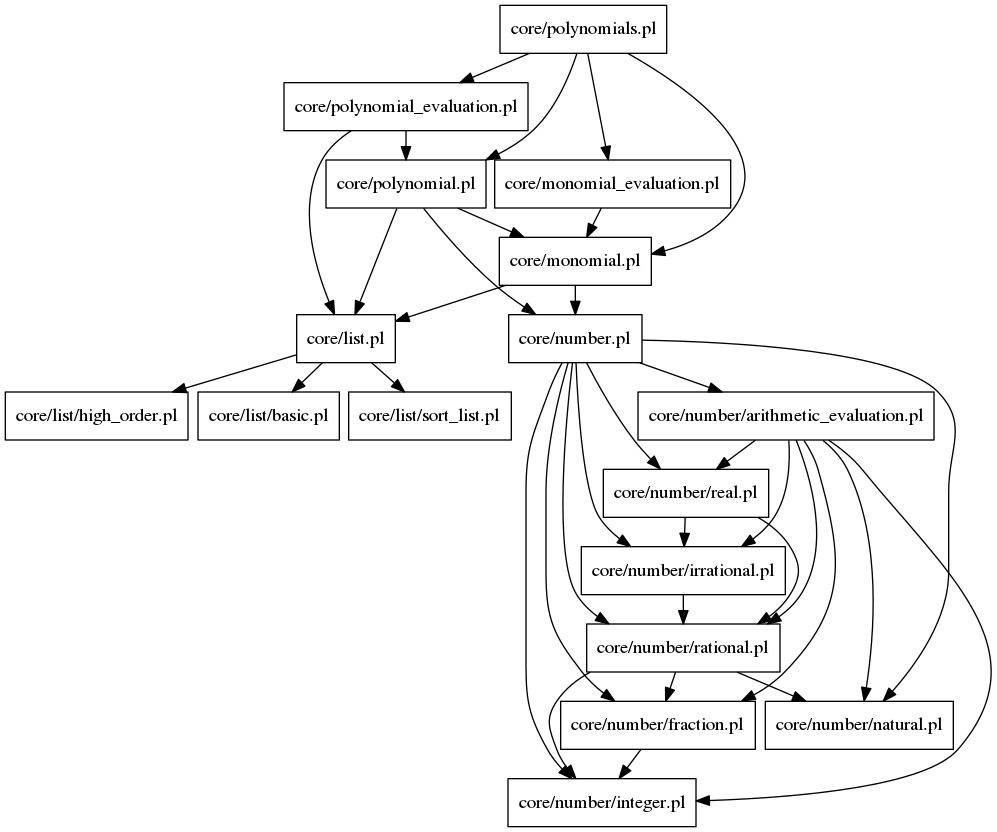
Before: docs/core/polynomials.png, a diagram exported from Graphviz (lluisalemanypuig/sycalc). Its source is kept beside it as docs/.cache/core/polynomials.dot.
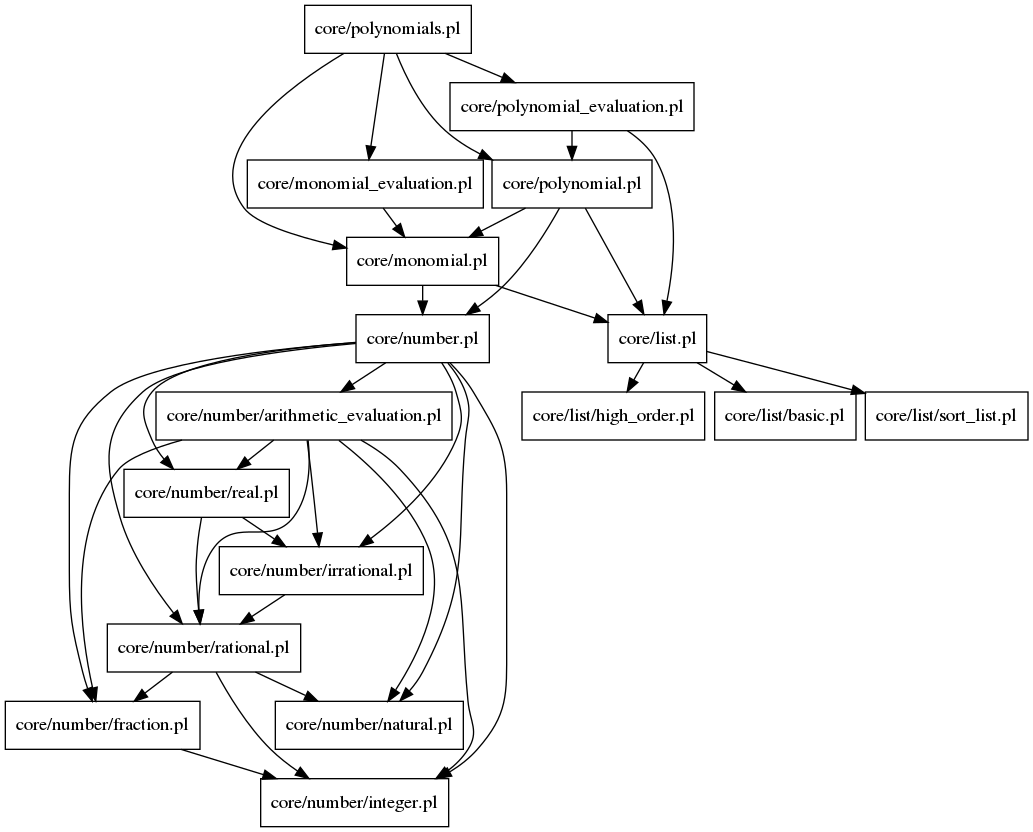
Later version of the same file.

The edit, as a diff of the source:
```diff
@@ -3,38 +3,38 @@
 nodesep = 0.1
 ranksep = 0.3
 "core/polynomials.pl" -> "core/polynomial_evaluation.pl"
-"core/polynomials.pl" -> "core/monomial.pl"
 "core/polynomials.pl" -> "core/polynomial.pl"
 "core/polynomials.pl" -> "core/monomial_evaluation.pl"
+"core/polynomials.pl" -> "core/monomial.pl"
+"core/monomial.pl" -> "core/number.pl"
+"core/monomial.pl" -> "core/list.pl"
 "core/monomial_evaluation.pl" -> "core/monomial.pl"
+"core/polynomial.pl" -> "core/number.pl"
+"core/polynomial.pl" -> "core/list.pl"
+"core/polynomial.pl" -> "core/monomial.pl"
 "core/polynomial_evaluation.pl" -> "core/list.pl"
 "core/polynomial_evaluation.pl" -> "core/polynomial.pl"
-"core/number/rational.pl" -> "core/number/integer.pl"
+"core/number.pl" -> "core/number/natural.pl"
+"core/number.pl" -> "core/number/rational.pl"
+"core/number.pl" -> "core/number/real.pl"
+"core/number.pl" -> "core/number/fraction.pl"
+"core/number.pl" -> "core/number/integer.pl"
+"core/number.pl" -> "core/number/irrational.pl"
+"core/number.pl" -> "core/number/arithmetic_evaluation.pl"
+"core/list.pl" -> "core/list/basic.pl"
+"core/list.pl" -> "core/list/sort_list.pl"
+"core/list.pl" -> "core/list/high_order.pl"
+"core/number/fraction.pl" -> "core/number/integer.pl"
 "core/number/rational.pl" -> "core/number/natural.pl"
 "core/number/rational.pl" -> "core/number/fraction.pl"
+"core/number/rational.pl" -> "core/number/integer.pl"
 "core/number/irrational.pl" -> "core/number/rational.pl"
-"core/monomial.pl" -> "core/number.pl"
-"core/monomial.pl" -> "core/list.pl"
+"core/number/real.pl" -> "core/number/rational.pl"
+"core/number/real.pl" -> "core/number/irrational.pl"
+"core/number/arithmetic_evaluation.pl" -> "core/number/natural.pl"
+"core/number/arithmetic_evaluation.pl" -> "core/number/rational.pl"
+"core/number/arithmetic_evaluation.pl" -> "core/number/real.pl"
+"core/number/arithmetic_evaluation.pl" -> "core/number/fraction.pl"
 "core/number/arithmetic_evaluation.pl" -> "core/number/integer.pl"
-"core/number/arithmetic_evaluation.pl" -> "core/number/natural.pl"
-"core/number/arithmetic_evaluation.pl" -> "core/number/fraction.pl"
 "core/number/arithmetic_evaluation.pl" -> "core/number/irrational.pl"
-"core/number/arithmetic_evaluation.pl" -> "core/number/real.pl"
-"core/number/arithmetic_evaluation.pl" -> "core/number/rational.pl"
-"core/number.pl" -> "core/number/integer.pl"
-"core/number.pl" -> "core/number/natural.pl"
-"core/number.pl" -> "core/number/fraction.pl"
-"core/number.pl" -> "core/number/irrational.pl"
-"core/number.pl" -> "core/number/arithmetic_evaluation.pl"
-"core/number.pl" -> "core/number/real.pl"
-"core/number.pl" -> "core/number/rational.pl"
-"core/polynomial.pl" -> "core/monomial.pl"
-"core/polynomial.pl" -> "core/number.pl"
-"core/polynomial.pl" -> "core/list.pl"
-"core/number/real.pl" -> "core/number/irrational.pl"
-"core/number/real.pl" -> "core/number/rational.pl"
-"core/list.pl" -> "core/list/sort_list.pl"
-"core/list.pl" -> "core/list/high_order.pl"
-"core/list.pl" -> "core/list/basic.pl"
-"core/number/fraction.pl" -> "core/number/integer.pl"
 }
```
